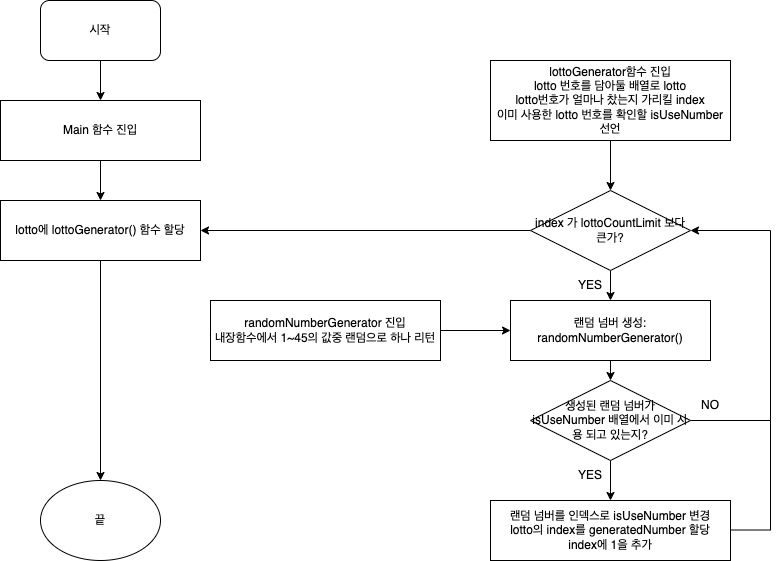
yagom-academy/swift-starter-Round2 keeps this draw.io diagram as Mission2_LottoGenerate_FlowChart.png. Above is the earlier version. Source tidied: cells renumbered, new cells last; positions are measured from the earlier drawing's top-left corner, leaving out a move shared by most shapes.
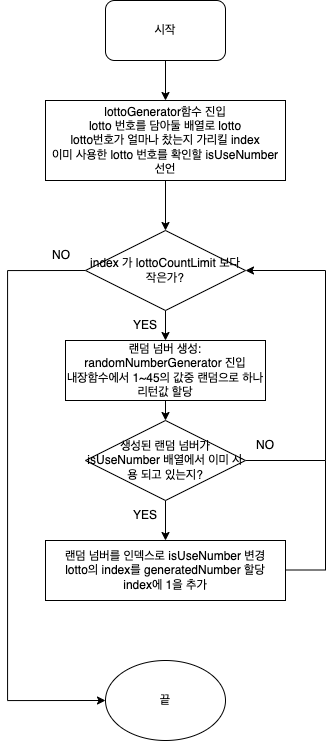
After the commit.

Commit message:
[refactor] Mission2: Step1: 순서도 리팩토링

순서도를 리팩토링했습니다.
1. 하나의 프로세스 안에서 해결하는 것이 가능한 부분 지적해주셔서 감사합니다.
2. 변명아닌 변명으로, C같은걸로 UML그리는 일을 하다보니 이렇게 됐네요 ㅎㅎ;
3. 동의합니다.
4. 잘못된 부분지적해주셔서 감사합니다. 조건절을 수정했습니다.

Change to the diagram source:
```diff
@@ -2,24 +2,14 @@
   <root>
     <mxCell id="0" />
     <mxCell id="1" parent="0" />
-    <mxCell id="2" style="edgeStyle=orthogonalEdgeStyle;rounded=0;jettySize=auto;html=1;exitX=0.5;exitY=1;exitDx=0;exitDy=0;entryX=0.5;entryY=0;entryDx=0;entryDy=0;" parent="1" edge="1" source="3" target="5">
-      <mxGeometry relative="1" as="geometry" />
+    <mxCell id="2" style="edgeStyle=orthogonalEdgeStyle;rounded=0;jettySize=auto;html=1;exitX=0.5;exitY=1;exitDx=0;exitDy=0;entryX=0.5;entryY=0;entryDx=0;entryDy=0;" parent="1" edge="1" source="3">
+      <mxGeometry relative="1" as="geometry">
+        <mxPoint x="610" y="60" as="targetPoint" />
+      </mxGeometry>
     </mxCell>
     <mxCell id="3" value="시작" style="rounded=1;whiteSpace=wrap;html=1;" parent="1" vertex="1">
-      <mxGeometry x="40" width="120" height="60" as="geometry" />
+      <mxGeometry x="550" y="-40" width="120" height="60" as="geometry" />
     </mxCell>
-    <mxCell id="4" style="edgeStyle=orthogonalEdgeStyle;rounded=0;jettySize=auto;html=1;exitX=0.5;exitY=1;exitDx=0;exitDy=0;entryX=0.5;entryY=0;entryDx=0;entryDy=0;" parent="1" edge="1" source="5" target="7">
-      <mxGeometry relative="1" as="geometry" />
-    </mxCell>
-    <mxCell id="5" value="Main 함수 진입" style="rounded=0;whiteSpace=wrap;html=1;" parent="1" vertex="1">
-      <mxGeometry y="100" width="200" height="60" as="geometry" />
-    </mxCell>
-    <mxCell id="6" style="edgeStyle=orthogonalEdgeStyle;rounded=0;jettySize=auto;html=1;exitX=0.5;exitY=1;exitDx=0;exitDy=0;entryX=0.5;entryY=0;entryDx=0;entryDy=0;" parent="1" edge="1" source="7" target="11">
-      <mxGeometry relative="1" as="geometry" />
-    </mxCell>
-    <mxCell id="7" value="lotto에 lottoGenerator() 함수 할당" style="rounded=0;whiteSpace=wrap;html=1;" parent="1" vertex="1">
-      <mxGeometry y="200" width="200" height="60" as="geometry" />
-    </mxCell>
     <mxCell id="8" style="endArrow=classic;html=1;rounded=0;entryX=1;entryY=0.5;entryDx=0;entryDy=0;" parent="1" edge="1" target="16">
       <mxGeometry relative="1" as="geometry">
         <mxPoint x="770" y="230" as="sourcePoint" />
@@ -38,7 +28,7 @@
       </mxGeometry>
     </mxCell>
     <mxCell id="11" value="끝" style="ellipse;whiteSpace=wrap;html=1;" parent="1" vertex="1">
-      <mxGeometry x="40" y="480" width="120" height="80" as="geometry" />
+      <mxGeometry x="550" y="620" width="120" height="80" as="geometry" />
     </mxCell>
     <mxCell id="12" style="edgeStyle=orthogonalEdgeStyle;rounded=0;jettySize=auto;html=1;exitX=0.5;exitY=1;exitDx=0;exitDy=0;entryX=0.5;entryY=0;entryDx=0;entryDy=0;" parent="1" edge="1" source="13" target="16">
       <mxGeometry relative="1" as="geometry" />
@@ -49,16 +39,21 @@
     <mxCell id="14" style="edgeStyle=orthogonalEdgeStyle;rounded=0;jettySize=auto;html=1;exitX=0.5;exitY=1;exitDx=0;exitDy=0;entryX=0.5;entryY=0;entryDx=0;entryDy=0;" parent="1" edge="1" source="16" target="18">
       <mxGeometry relative="1" as="geometry" />
     </mxCell>
-    <mxCell id="15" style="edgeStyle=orthogonalEdgeStyle;rounded=0;jettySize=auto;html=1;exitX=0;exitY=0.5;exitDx=0;exitDy=0;entryX=1;entryY=0.5;entryDx=0;entryDy=0;" parent="1" edge="1" source="16" target="7">
-      <mxGeometry relative="1" as="geometry" />
-    </mxCell>
+    <mxCell id="29" style="edgeStyle=orthogonalEdgeStyle;rounded=0;jettySize=auto;html=1;exitX=0;exitY=0.5;exitDx=0;exitDy=0;entryX=0;entryY=0.5;entryDx=0;entryDy=0;" parent="1" edge="1" source="16" target="11">
+      <mxGeometry relative="1" as="geometry">
+        <Array as="points">
+          <mxPoint x="452" y="230" />
+          <mxPoint x="452" y="660" />
+        </Array>
+      </mxGeometry>
+    </mxCell>
-    <mxCell id="16" value="index 가 lottoCountLimit 보다 큰가?" style="rhombus;whiteSpace=wrap;html=1;" parent="1" vertex="1">
+    <mxCell id="16" value="index 가 lottoCountLimit 보다 작은가?" style="rhombus;whiteSpace=wrap;html=1;" parent="1" vertex="1">
       <mxGeometry x="530" y="190" width="160" height="80" as="geometry" />
     </mxCell>
     <mxCell id="17" style="edgeStyle=orthogonalEdgeStyle;rounded=0;jettySize=auto;html=1;exitX=0.5;exitY=1;exitDx=0;exitDy=0;entryX=0.5;entryY=0;entryDx=0;entryDy=0;" parent="1" edge="1" source="18" target="21">
       <mxGeometry relative="1" as="geometry" />
     </mxCell>
-    <mxCell id="18" value="랜덤 넘버 생성: randomNumberGenerator()" style="rounded=0;whiteSpace=wrap;html=1;" parent="1" vertex="1">
+    <mxCell id="18" value="랜덤 넘버 생성: randomNumberGenerator 진입&lt;br&gt;내장함수에서 1~45의 값중 랜덤으로 하나 리턴값 할당" style="rounded=0;whiteSpace=wrap;html=1;" parent="1" vertex="1">
       <mxGeometry x="510" y="300" width="200" height="60" as="geometry" />
     </mxCell>
     <mxCell id="19" value="YES" style="text;html=1;strokeColor=none;fillColor=none;align=center;verticalAlign=middle;whiteSpace=wrap;rounded=0;" parent="1" vertex="1">
@@ -91,11 +86,8 @@
         <mxPoint x="770" y="529.5" as="targetPoint" />
       </mxGeometry>
     </mxCell>
-    <mxCell id="27" style="edgeStyle=orthogonalEdgeStyle;rounded=0;jettySize=auto;html=1;exitX=1;exitY=0.5;exitDx=0;exitDy=0;entryX=0;entryY=0.5;entryDx=0;entryDy=0;" parent="1" edge="1" source="28" target="18">
-      <mxGeometry relative="1" as="geometry" />
-    </mxCell>
-    <mxCell id="28" value="randomNumberGenerator 진입&lt;br&gt;내장함수에서 1~45의 값중 랜덤으로 하나 리턴" style="rounded=0;whiteSpace=wrap;html=1;" parent="1" vertex="1">
-      <mxGeometry x="210" y="300" width="230" height="60" as="geometry" />
-    </mxCell>
+    <mxCell id="30" value="NO" style="text;html=1;strokeColor=none;fillColor=none;align=center;verticalAlign=middle;whiteSpace=wrap;rounded=0;" parent="1" vertex="1">
+      <mxGeometry x="476" y="200" width="60" height="30" as="geometry" />
+    </mxCell>
   </root>
 </mxGraphModel>
```
